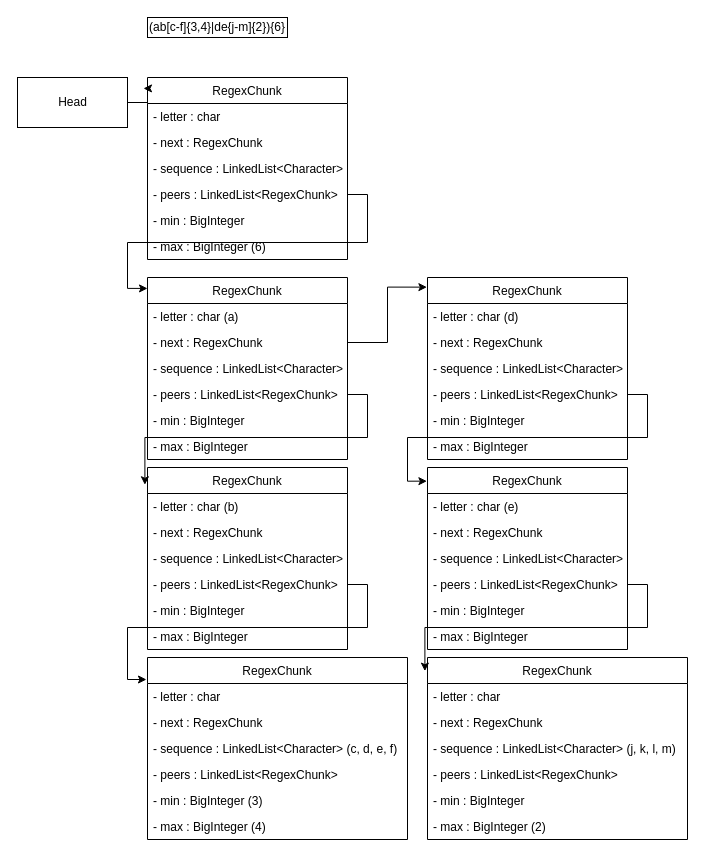
Above: Regex Parse Example.drawio in ryanmgrum/HashGuesser (draw.io), before the change. Source tidied: cells renumbered, new cells numbered last; positions are measured from the earlier drawing's top-left corner, leaving out a move shared by most shapes. Both pictures are drawn from the tidied source at 100%, with x=0, y=0 at pixel (17, 17).
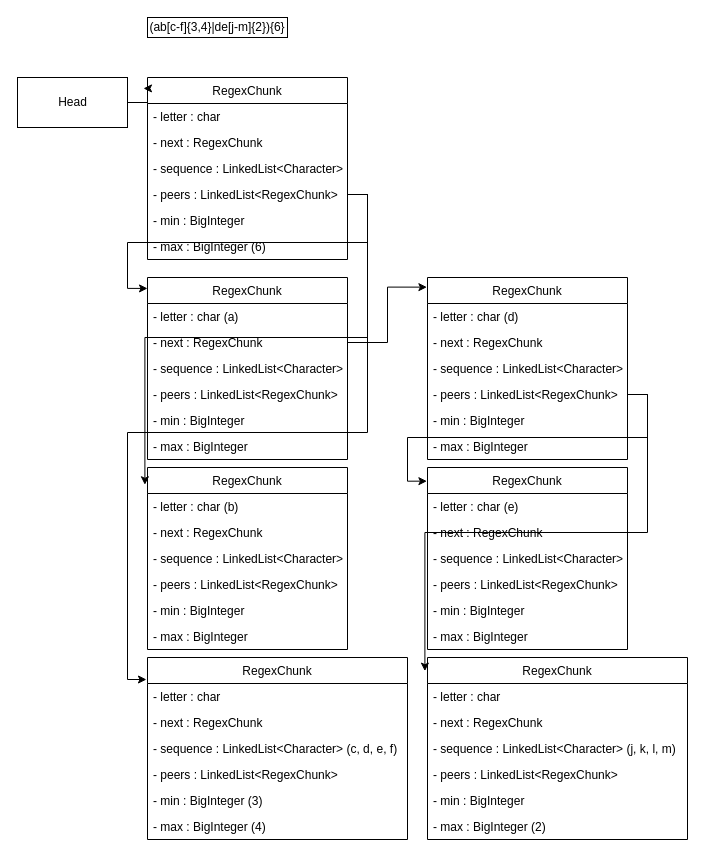
After the change.

Commit message (it also covers changes not shown here):
RegexParser can now parse a limited regex expression. Next step is to implement outputting the first lexicographical rank.

Unchanged cells that the change refers to:
```xml
<mxCell id="13" value="- peers : LinkedList&lt;RegexChunk&gt;" style="text;strokeColor=none;fillColor=none;align=left;verticalAlign=top;spacingLeft=4;spacingRight=4;overflow=hidden;points=[[0,0.5],[1,0.5]];portConstraint=eastwest;" parent="9" vertex="1">
  <mxGeometry y="104" width="200" height="26" as="geometry" />
</mxCell>
<mxCell id="16" value="RegexChunk" style="swimlane;fontStyle=0;horizontal=1;startSize=26;fillColor=none;" parent="1" vertex="1">
  <mxGeometry x="130" y="450" width="200" height="182" as="geometry" />
</mxCell>
<mxCell id="20" value="- peers : LinkedList&lt;RegexChunk&gt;" style="text;strokeColor=none;fillColor=none;align=left;verticalAlign=top;spacingLeft=4;spacingRight=4;overflow=hidden;points=[[0,0.5],[1,0.5]];portConstraint=eastwest;" parent="16" vertex="1">
  <mxGeometry y="104" width="200" height="26" as="geometry" />
</mxCell>
<mxCell id="23" value="RegexChunk" style="swimlane;fontStyle=0;horizontal=1;startSize=26;fillColor=none;" parent="1" vertex="1">
  <mxGeometry x="130" y="640" width="260" height="182" as="geometry" />
</mxCell>
<mxCell id="34" value="- peers : LinkedList&lt;RegexChunk&gt;" style="text;strokeColor=none;fillColor=none;align=left;verticalAlign=top;spacingLeft=4;spacingRight=4;overflow=hidden;points=[[0,0.5],[1,0.5]];portConstraint=eastwest;" parent="30" vertex="1">
  <mxGeometry y="104" width="200" height="26" as="geometry" />
</mxCell>
<mxCell id="41" value="- peers : LinkedList&lt;RegexChunk&gt;" style="text;strokeColor=none;fillColor=none;align=left;verticalAlign=top;spacingLeft=4;spacingRight=4;overflow=hidden;points=[[0,0.5],[1,0.5]];portConstraint=eastwest;" parent="37" vertex="1">
  <mxGeometry y="104" width="200" height="26" as="geometry" />
</mxCell>
<mxCell id="48" value="- peers : LinkedList&lt;RegexChunk&gt;" style="text;strokeColor=none;fillColor=none;align=left;verticalAlign=top;spacingLeft=4;spacingRight=4;overflow=hidden;points=[[0,0.5],[1,0.5]];portConstraint=eastwest;" parent="44" vertex="1">
  <mxGeometry y="104" width="200" height="26" as="geometry" />
</mxCell>
<mxCell id="53" value="RegexChunk" style="swimlane;fontStyle=0;horizontal=1;startSize=26;fillColor=none;" parent="1" vertex="1">
  <mxGeometry x="410" y="640" width="260" height="182" as="geometry" />
</mxCell>
```

Diff of the diagram source:
```diff
@@
-    <mxCell id="3" value="(ab[c-f]{3,4}|de{j-m]{2}){6}" style="rounded=0;whiteSpace=wrap;html=1;" parent="1" vertex="1">
+    <mxCell id="3" value="(ab[c-f]{3,4}|de[j-m]{2}){6}" style="rounded=0;whiteSpace=wrap;html=1;" parent="1" vertex="1">
       <mxGeometry x="130" width="140" height="20" as="geometry" />
     </mxCell>
-    <mxCell id="4" style="edgeStyle=orthogonalEdgeStyle;rounded=0;jettySize=auto;html=1;entryX=-0.013;entryY=0.095;entryDx=0;entryDy=0;exitX=1;exitY=0.5;exitDx=0;exitDy=0;entryPerimeter=0;" parent="1" edge="1" source="13" target="16">
+    <mxCell id="4" style="edgeStyle=orthogonalEdgeStyle;rounded=0;jettySize=auto;html=1;entryX=-0.013;entryY=0.095;entryDx=0;entryDy=0;exitX=1;exitY=0.5;exitDx=0;exitDy=0;entryPerimeter=0;" parent="1" edge="1" source="48" target="16">
       <mxGeometry relative="1" as="geometry" />
     </mxCell>
-    <mxCell id="5" style="edgeStyle=orthogonalEdgeStyle;rounded=0;jettySize=auto;html=1;exitX=1;exitY=0.5;exitDx=0;exitDy=0;entryX=-0.004;entryY=0.121;entryDx=0;entryDy=0;entryPerimeter=0;" parent="1" edge="1" source="20" target="23">
+    <mxCell id="5" style="edgeStyle=orthogonalEdgeStyle;rounded=0;jettySize=auto;html=1;exitX=1;exitY=0.5;exitDx=0;exitDy=0;entryX=-0.004;entryY=0.121;entryDx=0;entryDy=0;entryPerimeter=0;" parent="1" edge="1" source="48" target="23">
       <mxGeometry relative="1" as="geometry" />
     </mxCell>
@@
-    <mxCell id="8" style="edgeStyle=orthogonalEdgeStyle;rounded=0;jettySize=auto;html=1;exitX=1;exitY=0.5;exitDx=0;exitDy=0;entryX=-0.01;entryY=0.075;entryDx=0;entryDy=0;entryPerimeter=0;" parent="1" edge="1" source="41" target="53">
+    <mxCell id="8" style="edgeStyle=orthogonalEdgeStyle;rounded=0;jettySize=auto;html=1;exitX=1;exitY=0.5;exitDx=0;exitDy=0;entryX=-0.01;entryY=0.075;entryDx=0;entryDy=0;entryPerimeter=0;" parent="1" edge="1" source="34" target="53">
       <mxGeometry relative="1" as="geometry" />
     </mxCell>
```
